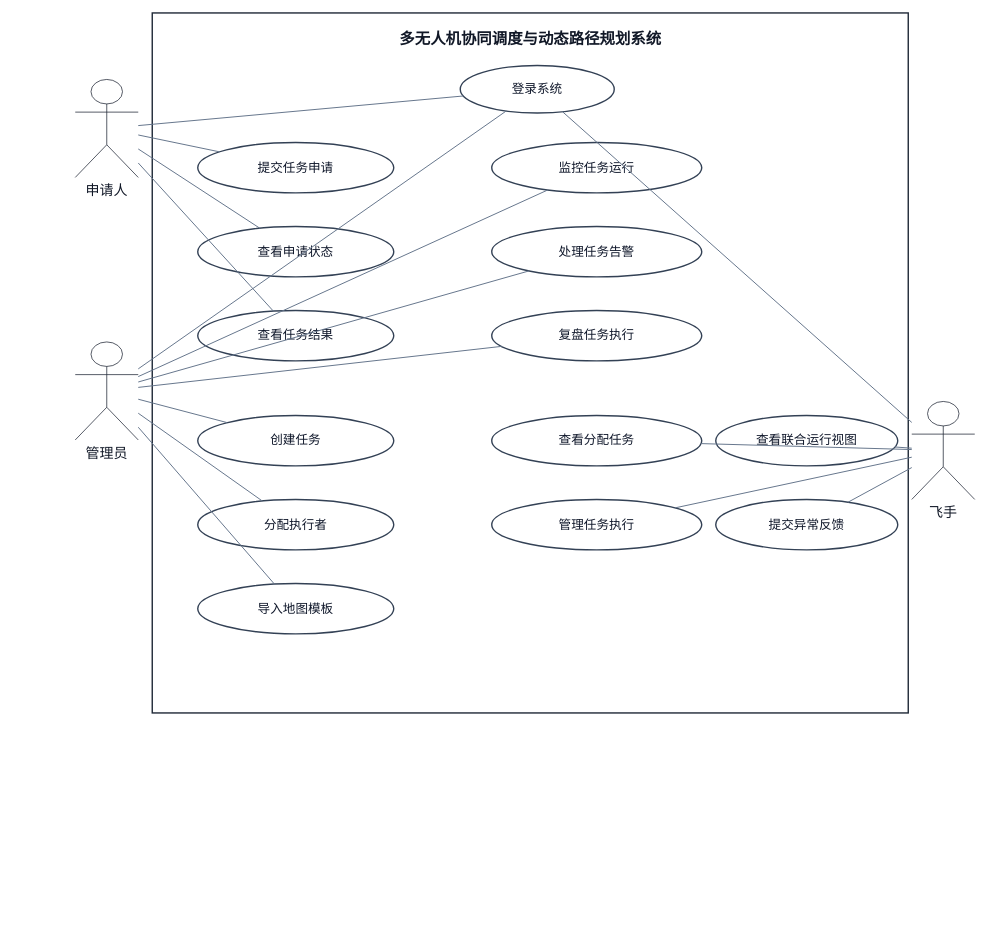
The draw.io diagram thesis_assets/diagrams/system_usecase_diagram.drawio in sa-as31/sampo_rebuild_1, before the edit. Source tidied: cells renumbered, new cells numbered last; positions are measured from the earlier drawing's top-left corner, leaving out a move shared by most shapes. Both pictures are drawn from the tidied source at 70%, with x=0, y=0 at pixel (75, 13).
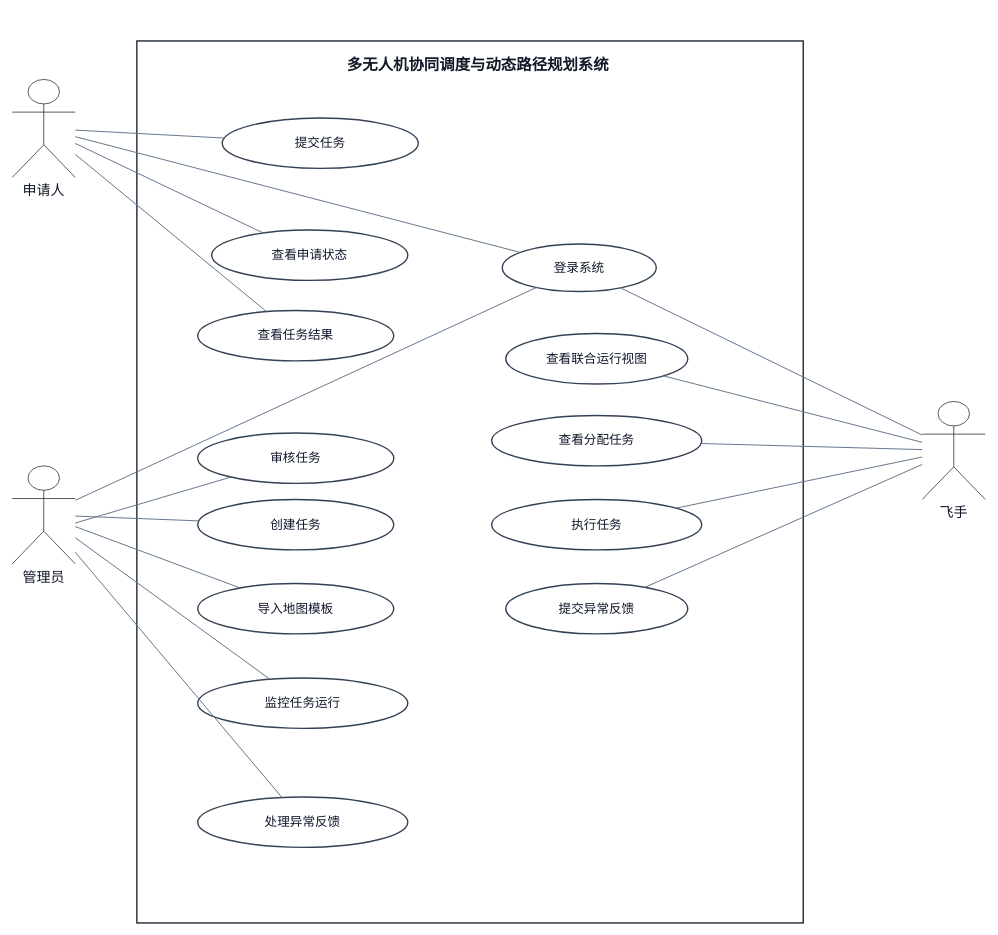
Above is the later version.

What changed in the source:
```diff
@@
     <mxCell id="2" style="rounded=0;whiteSpace=wrap;html=1;fillColor=none;strokeColor=#1f2937;strokeWidth=2;" parent="1" vertex="1">
-      <mxGeometry x="110" width="1080" height="1000" as="geometry" />
+      <mxGeometry x="88" y="40" width="952" height="1260" as="geometry" />
     </mxCell>
     <mxCell id="3" value="多无人机协同调度与动态路径规划系统" style="text;html=1;align=center;verticalAlign=middle;fontSize=22;fontStyle=1;fontColor=#111827;" parent="1" vertex="1">
-      <mxGeometry x="370" y="18" width="560" height="40" as="geometry" />
+      <mxGeometry x="295" y="55" width="560" height="40" as="geometry" />
     </mxCell>
     <mxCell id="4" value="申请人" style="shape=umlActor;whiteSpace=wrap;html=1;fontSize=20;strokeColor=#111827;fontColor=#111827;verticalLabelPosition=bottom;verticalAlign=top;fillColor=none;" parent="1" vertex="1">
-      <mxGeometry y="95" width="90" height="140" as="geometry" />
+      <mxGeometry x="-90" y="95" width="90" height="140" as="geometry" />
     </mxCell>
     <mxCell id="5" value="管理员" style="shape=umlActor;whiteSpace=wrap;html=1;fontSize=20;strokeColor=#111827;fontColor=#111827;verticalLabelPosition=bottom;verticalAlign=top;fillColor=none;" parent="1" vertex="1">
-      <mxGeometry y="470" width="90" height="140" as="geometry" />
+      <mxGeometry x="-90" y="647" width="90" height="140" as="geometry" />
     </mxCell>
     <mxCell id="6" value="飞手" style="shape=umlActor;whiteSpace=wrap;html=1;fontSize=20;strokeColor=#111827;fontColor=#111827;verticalLabelPosition=bottom;verticalAlign=top;fillColor=none;" parent="1" vertex="1">
-      <mxGeometry x="1195" y="555" width="90" height="140" as="geometry" />
+      <mxGeometry x="1210" y="555" width="90" height="140" as="geometry" />
     </mxCell>
     <mxCell id="7" value="登录系统" style="ellipse;whiteSpace=wrap;html=1;fillColor=#ffffff;strokeColor=#334155;fontColor=#0f172a;fontSize=18;strokeWidth=2;" parent="1" vertex="1">
-      <mxGeometry x="550" y="75" width="220" height="68" as="geometry" />
+      <mxGeometry x="610" y="330" width="220" height="68" as="geometry" />
     </mxCell>
-    <mxCell id="8" value="提交任务申请" style="ellipse;whiteSpace=wrap;html=1;fillColor=#ffffff;strokeColor=#334155;fontColor=#0f172a;fontSize=18;strokeWidth=2;" parent="1" vertex="1">
-      <mxGeometry x="175" y="185" width="280" height="72" as="geometry" />
+    <mxCell id="8" value="提交任务" style="ellipse;whiteSpace=wrap;html=1;fillColor=#ffffff;strokeColor=#334155;fontColor=#0f172a;fontSize=18;strokeWidth=2;" parent="1" vertex="1">
+      <mxGeometry x="210" y="150" width="280" height="72" as="geometry" />
     </mxCell>
     <mxCell id="9" value="查看申请状态" style="ellipse;whiteSpace=wrap;html=1;fillColor=#ffffff;strokeColor=#334155;fontColor=#0f172a;fontSize=18;strokeWidth=2;" parent="1" vertex="1">
-      <mxGeometry x="175" y="305" width="280" height="72" as="geometry" />
+      <mxGeometry x="195" y="310" width="280" height="72" as="geometry" />
     </mxCell>
@@
-    <mxCell id="11" value="创建任务" style="ellipse;whiteSpace=wrap;html=1;fillColor=#ffffff;strokeColor=#334155;fontColor=#0f172a;fontSize=18;strokeWidth=2;" parent="1" vertex="1">
-      <mxGeometry x="175" y="575" width="280" height="72" as="geometry" />
+    <mxCell id="11" value="审核任务" style="ellipse;whiteSpace=wrap;html=1;fillColor=#ffffff;strokeColor=#334155;fontColor=#0f172a;fontSize=18;strokeWidth=2;" parent="1" vertex="1">
+      <mxGeometry x="175" y="600" width="280" height="72" as="geometry" />
     </mxCell>
-    <mxCell id="12" value="分配执行者" style="ellipse;whiteSpace=wrap;html=1;fillColor=#ffffff;strokeColor=#334155;fontColor=#0f172a;fontSize=18;strokeWidth=2;" parent="1" vertex="1">
+    <mxCell id="12" value="创建任务" style="ellipse;whiteSpace=wrap;html=1;fillColor=#ffffff;strokeColor=#334155;fontColor=#0f172a;fontSize=18;strokeWidth=2;" parent="1" vertex="1">
       <mxGeometry x="175" y="695" width="280" height="72" as="geometry" />
     </mxCell>
@@
     <mxCell id="14" value="监控任务运行" style="ellipse;whiteSpace=wrap;html=1;fillColor=#ffffff;strokeColor=#334155;fontColor=#0f172a;fontSize=18;strokeWidth=2;" parent="1" vertex="1">
-      <mxGeometry x="595" y="185" width="300" height="72" as="geometry" />
+      <mxGeometry x="175" y="950" width="300" height="72" as="geometry" />
     </mxCell>
-    <mxCell id="15" value="处理任务告警" style="ellipse;whiteSpace=wrap;html=1;fillColor=#ffffff;strokeColor=#334155;fontColor=#0f172a;fontSize=18;strokeWidth=2;" parent="1" vertex="1">
-      <mxGeometry x="595" y="305" width="300" height="72" as="geometry" />
+    <mxCell id="15" value="处理异常反馈" style="ellipse;whiteSpace=wrap;html=1;fillColor=#ffffff;strokeColor=#334155;fontColor=#0f172a;fontSize=18;strokeWidth=2;" parent="1" vertex="1">
+      <mxGeometry x="175" y="1120" width="300" height="72" as="geometry" />
     </mxCell>
-    <mxCell id="16" value="复盘任务执行" style="ellipse;whiteSpace=wrap;html=1;fillColor=#ffffff;strokeColor=#334155;fontColor=#0f172a;fontSize=18;strokeWidth=2;" parent="1" vertex="1">
-      <mxGeometry x="595" y="425" width="300" height="72" as="geometry" />
-    </mxCell>
@@
-    <mxCell id="18" value="管理任务执行" style="ellipse;whiteSpace=wrap;html=1;fillColor=#ffffff;strokeColor=#334155;fontColor=#0f172a;fontSize=18;strokeWidth=2;" parent="1" vertex="1">
+    <mxCell id="18" value="执行任务" style="ellipse;whiteSpace=wrap;html=1;fillColor=#ffffff;strokeColor=#334155;fontColor=#0f172a;fontSize=18;strokeWidth=2;" parent="1" vertex="1">
       <mxGeometry x="595" y="695" width="300" height="72" as="geometry" />
     </mxCell>
     <mxCell id="19" value="查看联合运行视图" style="ellipse;whiteSpace=wrap;html=1;fillColor=#ffffff;strokeColor=#334155;fontColor=#0f172a;fontSize=18;strokeWidth=2;" parent="1" vertex="1">
-      <mxGeometry x="915" y="575" width="260" height="72" as="geometry" />
+      <mxGeometry x="615" y="458" width="260" height="72" as="geometry" />
     </mxCell>
     <mxCell id="20" value="提交异常反馈" style="ellipse;whiteSpace=wrap;html=1;fillColor=#ffffff;strokeColor=#334155;fontColor=#0f172a;fontSize=18;strokeWidth=2;" parent="1" vertex="1">
-      <mxGeometry x="915" y="695" width="260" height="72" as="geometry" />
+      <mxGeometry x="615" y="815" width="260" height="72" as="geometry" />
     </mxCell>
@@
-    <mxCell id="26" style="edgeStyle=none;rounded=0;endArrow=none;startArrow=none;strokeColor=#64748b;strokeWidth=1.4;" parent="1" edge="1" source="5" target="11">
-      <mxGeometry relative="1" as="geometry" />
+    <mxCell id="26" style="edgeStyle=none;rounded=0;endArrow=none;startArrow=none;strokeColor=#64748b;strokeWidth=1.4;" parent="1" edge="1" target="11">
+      <mxGeometry relative="1" as="geometry">
+        <mxPoint y="728.7" as="sourcePoint" />
+      </mxGeometry>
     </mxCell>
@@
-    <mxCell id="31" style="edgeStyle=none;rounded=0;endArrow=none;startArrow=none;strokeColor=#64748b;strokeWidth=1.4;" parent="1" edge="1" source="5" target="16">
-      <mxGeometry relative="1" as="geometry" />
-    </mxCell>
```
